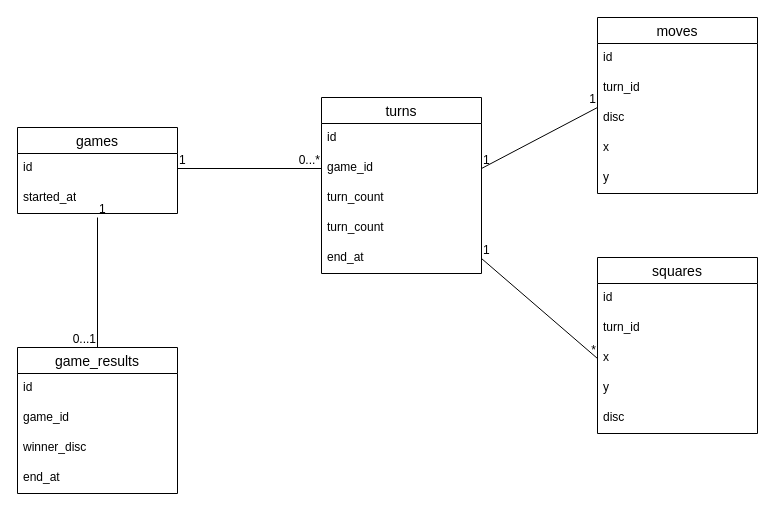
hirokihayano/reversi keeps this draw.io diagram as docs/er.drawio. Above is the earlier version. Source tidied: cells renumbered, new cells numbered last; positions are measured from the earlier drawing's top-left corner, leaving out a move shared by most shapes. Both pictures are drawn from the tidied source at 100%, with x=0, y=0 at pixel (17, 17).
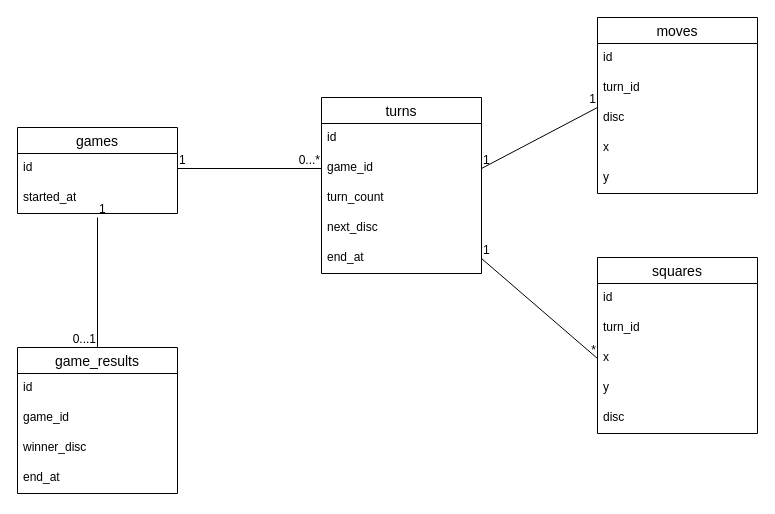
The same page after the edit.

Commit message:
revise typo

The change refers to these unchanged cells:
```xml
<mxCell id="5" value="turns" style="swimlane;fontStyle=0;horizontal=1;startSize=26;align=center;fontSize=14;" parent="1" vertex="1">
  <mxGeometry x="304" y="80" width="160" height="176" as="geometry" />
</mxCell>
```

Change to the diagram source:
```diff
@@
-    <mxCell id="9" value="turn_count" style="text;strokeColor=none;fillColor=none;spacingLeft=4;spacingRight=4;overflow=hidden;fontSize=12;whiteSpace=wrap;html=1;" parent="5" vertex="1">
+    <mxCell id="9" value="next_disc" style="text;strokeColor=none;fillColor=none;spacingLeft=4;spacingRight=4;overflow=hidden;fontSize=12;whiteSpace=wrap;html=1;" parent="5" vertex="1">
       <mxGeometry y="116" width="160" height="30" as="geometry" />
     </mxCell>
```
